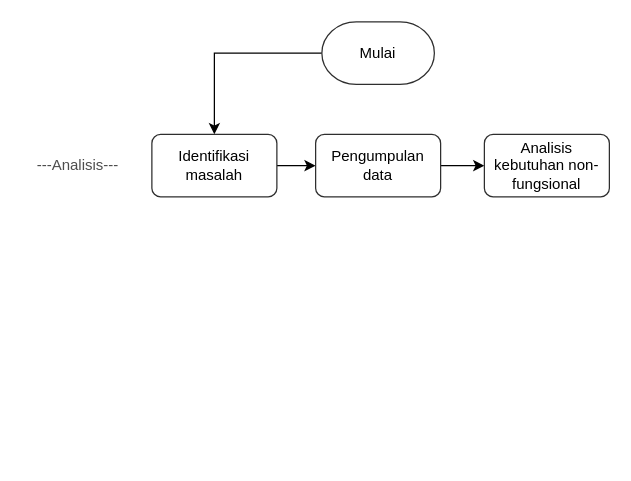
Before: Flowchart Penelitian Digiwave.drawio in dans609/diagrams_net, a draw.io diagram. Source tidied: cells renumbered, new cells numbered last; positions are measured from the earlier drawing's top-left corner, leaving out a move shared by most shapes. Both pictures are drawn from the tidied source at 125%, with x=0, y=0 at pixel (21, 21).
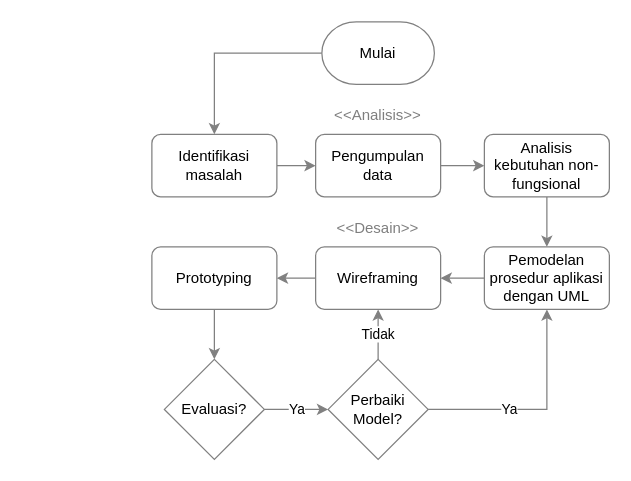
After the change.

Commit message:
Add Design Section

Change to the diagram source:
```diff
@@
-    <mxCell id="2" style="edgeStyle=orthogonalEdgeStyle;rounded=0;jettySize=auto;html=1;" parent="1" edge="1" source="3" target="5">
+    <mxCell id="2" style="edgeStyle=orthogonalEdgeStyle;rounded=0;jettySize=auto;html=1;strokeColor=#808080;" parent="1" edge="1" source="3" target="5">
       <mxGeometry relative="1" as="geometry" />
     </mxCell>
-    <mxCell id="3" value="Mulai" style="strokeWidth=1;html=1;shape=mxgraph.flowchart.terminator;whiteSpace=wrap;strokeColor=#2E2E2E;" parent="1" vertex="1">
+    <mxCell id="3" value="Mulai" style="strokeWidth=1;html=1;shape=mxgraph.flowchart.terminator;whiteSpace=wrap;strokeColor=#808080;" parent="1" vertex="1">
       <mxGeometry x="240" width="90" height="50" as="geometry" />
     </mxCell>
-    <mxCell id="4" style="edgeStyle=orthogonalEdgeStyle;rounded=0;jettySize=auto;html=1;" parent="1" edge="1" source="5" target="7">
+    <mxCell id="4" style="edgeStyle=orthogonalEdgeStyle;rounded=0;jettySize=auto;html=1;strokeColor=#808080;" parent="1" edge="1" source="5" target="7">
       <mxGeometry relative="1" as="geometry" />
     </mxCell>
-    <mxCell id="5" value="Identifikasi masalah" style="rounded=1;whiteSpace=wrap;html=1;absoluteArcSize=1;arcSize=14;strokeWidth=1;strokeColor=#2e2e2e;" parent="1" vertex="1">
+    <mxCell id="5" value="Identifikasi masalah" style="rounded=1;whiteSpace=wrap;html=1;absoluteArcSize=1;arcSize=14;strokeWidth=1;strokeColor=#808080;" parent="1" vertex="1">
       <mxGeometry x="104" y="90" width="100" height="50" as="geometry" />
     </mxCell>
-    <mxCell id="6" style="edgeStyle=orthogonalEdgeStyle;rounded=0;jettySize=auto;html=1;" parent="1" edge="1" source="7" target="8">
+    <mxCell id="6" style="edgeStyle=orthogonalEdgeStyle;rounded=0;jettySize=auto;html=1;strokeColor=#808080;" parent="1" edge="1" source="7" target="8">
       <mxGeometry relative="1" as="geometry" />
     </mxCell>
-    <mxCell id="7" value="Pengumpulan data" style="rounded=1;whiteSpace=wrap;html=1;strokeColor=#2e2e2e;arcSize=14;strokeWidth=1;" parent="1" vertex="1">
+    <mxCell id="7" value="Pengumpulan data" style="rounded=1;whiteSpace=wrap;html=1;strokeColor=#808080;arcSize=14;strokeWidth=1;" parent="1" vertex="1">
       <mxGeometry x="235" y="90" width="100" height="50" as="geometry" />
     </mxCell>
+    <mxCell id="10" style="edgeStyle=orthogonalEdgeStyle;rounded=0;jettySize=auto;html=1;strokeColor=#808080;" parent="1" edge="1" source="8" target="12">
+      <mxGeometry relative="1" as="geometry" />
+    </mxCell>
-    <mxCell id="8" value="Analisis kebutuhan non-fungsional" style="rounded=1;whiteSpace=wrap;html=1;strokeColor=#2e2e2e;arcSize=14;strokeWidth=1;" parent="1" vertex="1">
+    <mxCell id="8" value="Analisis kebutuhan non-fungsional" style="rounded=1;whiteSpace=wrap;html=1;strokeColor=#808080;arcSize=14;strokeWidth=1;" parent="1" vertex="1">
       <mxGeometry x="370" y="90" width="100" height="50" as="geometry" />
     </mxCell>
-    <mxCell id="9" value="---Analisis---" style="text;strokeColor=none;align=center;fillColor=none;html=1;verticalAlign=middle;whiteSpace=wrap;rounded=0;fontColor=#030303;textOpacity=70;" parent="1" vertex="1">
-      <mxGeometry y="100" width="90" height="30" as="geometry" />
+    <mxCell id="9" value="&amp;lt;&amp;lt;Analisis&amp;gt;&amp;gt;" style="text;strokeColor=none;align=center;fillColor=none;html=1;verticalAlign=middle;whiteSpace=wrap;rounded=0;fontColor=#000000;textOpacity=50;" parent="1" vertex="1">
+      <mxGeometry x="240" y="60" width="90" height="30" as="geometry" />
     </mxCell>
+    <mxCell id="11" style="edgeStyle=orthogonalEdgeStyle;rounded=0;jettySize=auto;html=1;strokeColor=#808080;" parent="1" edge="1" source="12" target="14">
+      <mxGeometry relative="1" as="geometry" />
+    </mxCell>
+    <mxCell id="12" value="Pemodelan prosedur aplikasi dengan UML" style="rounded=1;whiteSpace=wrap;html=1;strokeColor=#808080;arcSize=14;strokeWidth=1;" parent="1" vertex="1">
+      <mxGeometry x="370" y="180" width="100" height="50" as="geometry" />
+    </mxCell>
+    <mxCell id="13" style="edgeStyle=orthogonalEdgeStyle;rounded=0;jettySize=auto;html=1;strokeColor=#808080;" parent="1" edge="1" source="14" target="16">
+      <mxGeometry relative="1" as="geometry" />
+    </mxCell>
+    <mxCell id="14" value="Wireframing" style="rounded=1;whiteSpace=wrap;html=1;strokeColor=#808080;arcSize=14;strokeWidth=1;" parent="1" vertex="1">
+      <mxGeometry x="235" y="180" width="100" height="50" as="geometry" />
+    </mxCell>
+    <mxCell id="15" style="edgeStyle=orthogonalEdgeStyle;rounded=0;jettySize=auto;html=1;strokeColor=#808080;" parent="1" edge="1" source="16" target="18">
+      <mxGeometry relative="1" as="geometry" />
+    </mxCell>
+    <mxCell id="16" value="Prototyping" style="rounded=1;whiteSpace=wrap;html=1;strokeColor=#808080;arcSize=14;strokeWidth=1;" parent="1" vertex="1">
+      <mxGeometry x="104" y="180" width="100" height="50" as="geometry" />
+    </mxCell>
+    <mxCell id="17" value="Ya" style="edgeStyle=orthogonalEdgeStyle;rounded=0;jettySize=auto;html=1;strokeColor=#808080;" parent="1" edge="1" source="18" target="21">
+      <mxGeometry x="0.01" relative="1" as="geometry" />
+    </mxCell>
+    <mxCell id="18" value="Evaluasi?" style="rhombus;whiteSpace=wrap;html=1;strokeColor=#808080;rounded=0;arcSize=14;strokeWidth=1;" parent="1" vertex="1">
+      <mxGeometry x="114" y="270" width="80" height="80" as="geometry" />
+    </mxCell>
+    <mxCell id="19" value="Ya" style="edgeStyle=orthogonalEdgeStyle;rounded=0;jettySize=auto;html=1;entryX=0.5;entryY=1;entryDx=0;entryDy=0;strokeColor=#808080;" parent="1" edge="1" source="21" target="12">
+      <mxGeometry x="-0.26" relative="1" as="geometry" />
+    </mxCell>
+    <mxCell id="20" value="Tidak" style="edgeStyle=orthogonalEdgeStyle;rounded=0;jettySize=auto;html=1;entryX=0.5;entryY=1;entryDx=0;entryDy=0;strokeColor=#808080;" parent="1" edge="1" source="21" target="14">
+      <mxGeometry relative="1" as="geometry" />
+    </mxCell>
+    <mxCell id="21" value="Perbaiki Model?" style="rhombus;whiteSpace=wrap;html=1;strokeColor=#808080;rounded=0;arcSize=14;strokeWidth=1;" parent="1" vertex="1">
+      <mxGeometry x="245" y="270" width="80" height="80" as="geometry" />
+    </mxCell>
+    <mxCell id="22" value="&amp;lt;&amp;lt;Desain&amp;gt;&amp;gt;" style="text;strokeColor=none;align=center;fillColor=none;html=1;verticalAlign=middle;whiteSpace=wrap;rounded=0;fontColor=#000000;textOpacity=50;" parent="1" vertex="1">
+      <mxGeometry x="240" y="150" width="90" height="30" as="geometry" />
+    </mxCell>
```
